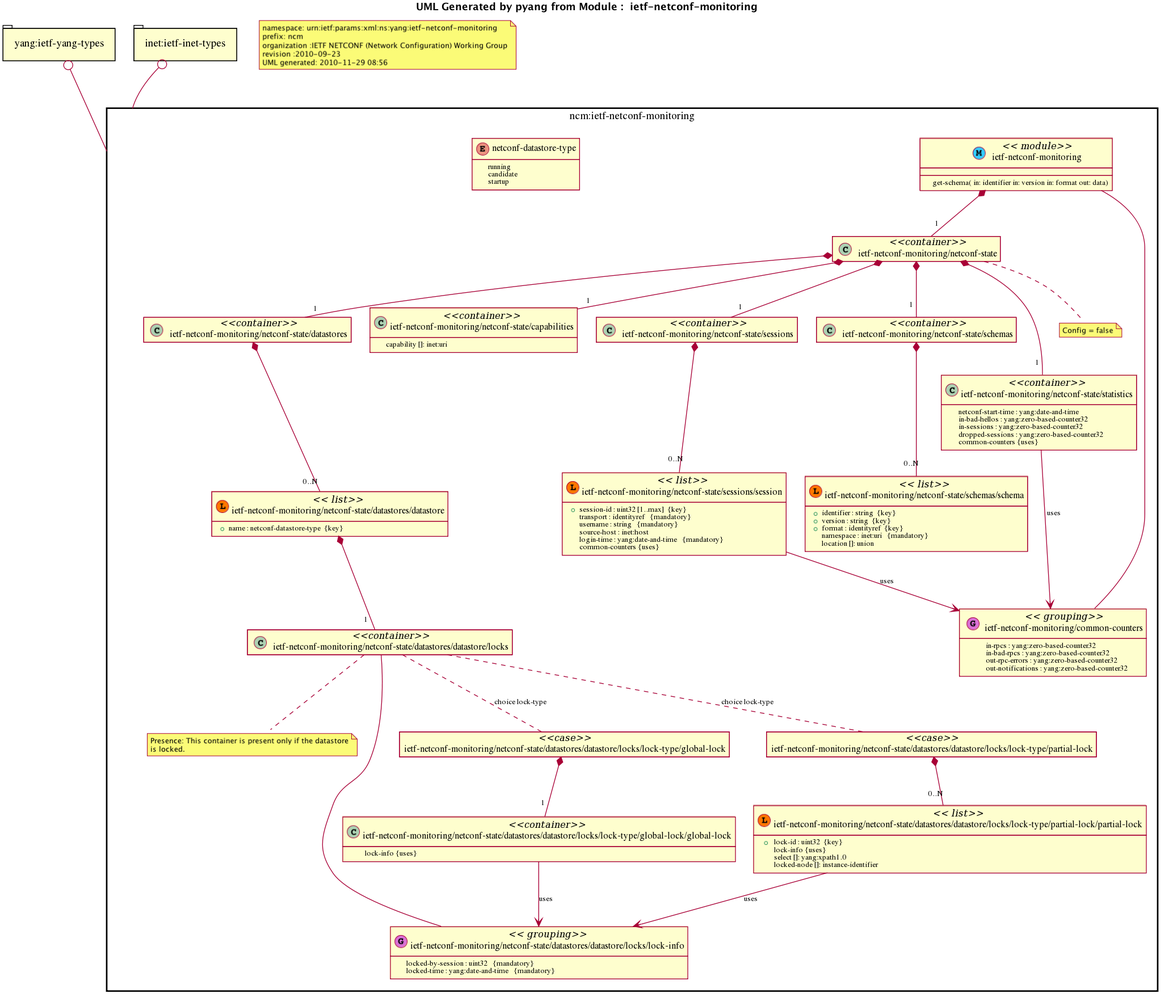
mbj4668/pyang keeps this PlantUML diagram as trunk/doc/img/ietf-netconf-monitoring.png. Above is the earlier version.
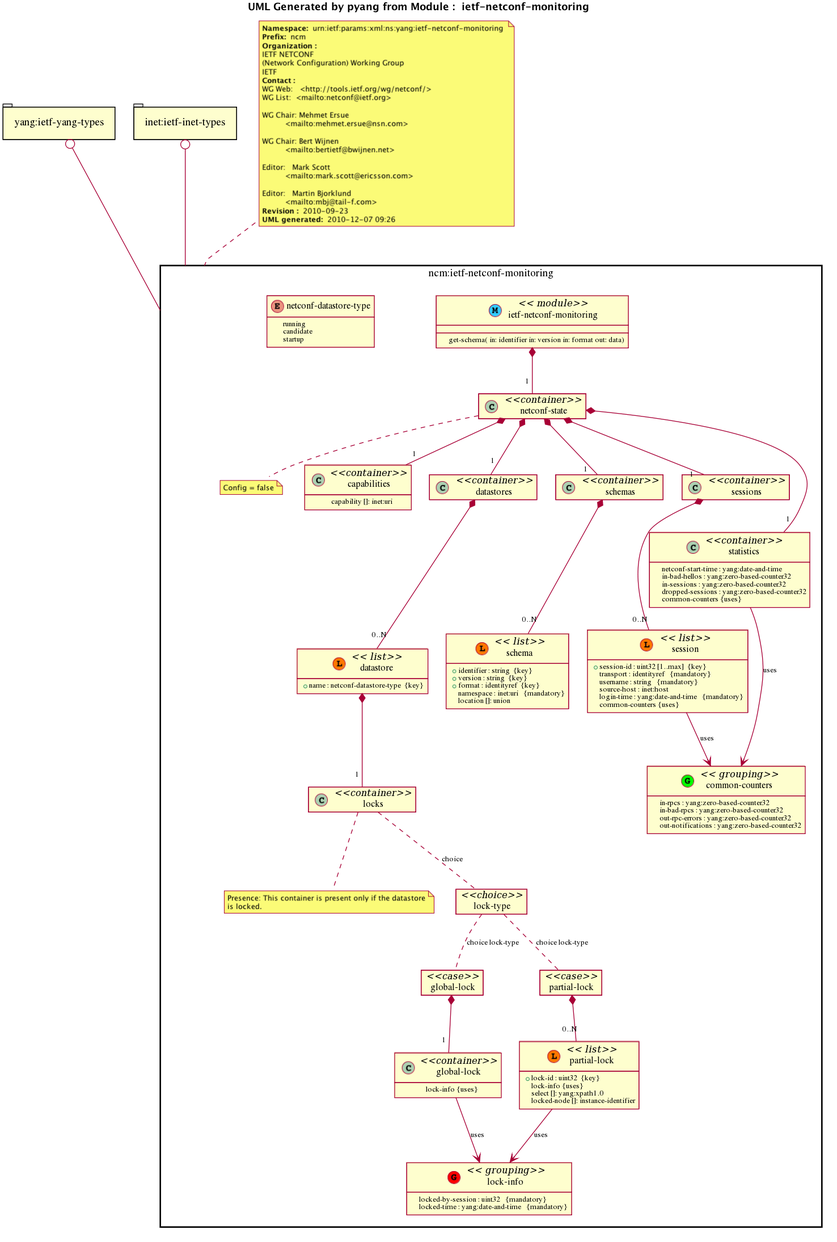
The same file after the commit.

Commit message:
updated sample diagram

What changed in the source:
```diff
@@ -3,19 +3,14 @@
 hide empty methods
 hide <<case>> circle
 hide <<augment>> circle
+hide <<choice>> circle
 page 1x1
 Title <b>UML Generated by pyang from Module :  ietf-netconf-monitoring</b>
-note as M
-namespace: urn:ietf:params:xml:ns:yang:ietf-netconf-monitoring
-prefix: ncm
-organization :IETF NETCONF (Network Configuration) Working Group
-revision :2010-09-23
-UML generated: 2010-11-29 08:56
-end note
 package "yang:ietf-yang-types" as yang_ietf_yang_types
 end package
 package "inet:ietf-inet-types" as inet_ietf_inet_types
 end package
+note top of ncm_ietf_netconf_monitoring : <b>Namespace: </b> urn:ietf:params:xml:ns:yang:ietf-netconf-monitoring \n<b>Prefix: </b> ncm \n<b>Organization : </b>\nIETF NETCONF  \n(Network Configuration) Working Group \nIETF \n<b>Contact : </b>\nWG Web:   <http://tools.ietf.org/wg/netconf/> \nWG List:  <mailto:netconf@ietf.org> \n \nWG Chair: Mehmet Ersue \n          <mailto:mehmet.ersue@nsn.com> \n \nWG Chair: Bert Wijnen \n          <mailto:bertietf@bwijnen.net> \n \nEditor:   Mark Scott \n          <mailto:mark.scott@ericsson.com> \n \nEditor:   Martin Bjorklund \n          <mailto:mbj@tail-f.com> \n<b>Revision : </b> 2010-09-23 \n<b>UML generated: </b> 2010-12-07 09:26
 package "ncm:ietf-netconf-monitoring" as ncm_ietf_netconf_monitoring
 yang_ietf_yang_types +-- ncm_ietf_netconf_monitoring
 inet_ietf_inet_types +-- ncm_ietf_netconf_monitoring
@@ -24,60 +19,60 @@
 ietf_netconf_monitoring_I_netconf_datastore_type : running
 ietf_netconf_monitoring_I_netconf_datastore_type : candidate
 ietf_netconf_monitoring_I_netconf_datastore_type : startup
-class "ietf-netconf-monitoring/common-counters" as ietf_netconf_monitoring_I_common_counters <<(G,orchid) grouping>>
-ietf_netconf_monitoring --  ietf_netconf_monitoring_I_common_counters
-ietf_netconf_monitoring_I_common_counters : in-rpcs : yang:zero-based-counter32
-ietf_netconf_monitoring_I_common_counters : in-bad-rpcs : yang:zero-based-counter32
-ietf_netconf_monitoring_I_common_counters : out-rpc-errors : yang:zero-based-counter32
-ietf_netconf_monitoring_I_common_counters : out-notifications : yang:zero-based-counter32
-class "ietf-netconf-monitoring/netconf-state" as  ietf_netconf_monitoring_I_netconf_state <<container>>
+class "common-counters" as ietf_netconf_monitoring_I_common_counters_grouping <<(G,Lime) grouping>>
+ietf_netconf_monitoring_I_common_counters_grouping : in-rpcs : yang:zero-based-counter32
+ietf_netconf_monitoring_I_common_counters_grouping : in-bad-rpcs : yang:zero-based-counter32
+ietf_netconf_monitoring_I_common_counters_grouping : out-rpc-errors : yang:zero-based-counter32
+ietf_netconf_monitoring_I_common_counters_grouping : out-notifications : yang:zero-based-counter32
+class "netconf-state" as  ietf_netconf_monitoring_I_netconf_state <<container>>
 ietf_netconf_monitoring *-- "1" ietf_netconf_monitoring_I_netconf_state
 note bottom of ietf_netconf_monitoring_I_netconf_state
 Config = false
 end note
-class "ietf-netconf-monitoring/netconf-state/capabilities" as  ietf_netconf_monitoring_I_netconf_state_I_capabilities <<container>>
+class "capabilities" as  ietf_netconf_monitoring_I_netconf_state_I_capabilities <<container>>
 ietf_netconf_monitoring_I_netconf_state *-- "1" ietf_netconf_monitoring_I_netconf_state_I_capabilities
 ietf_netconf_monitoring_I_netconf_state_I_capabilities : capability []: inet:uri
-class "ietf-netconf-monitoring/netconf-state/datastores" as  ietf_netconf_monitoring_I_netconf_state_I_datastores <<container>>
+class "datastores" as  ietf_netconf_monitoring_I_netconf_state_I_datastores <<container>>
 ietf_netconf_monitoring_I_netconf_state *-- "1" ietf_netconf_monitoring_I_netconf_state_I_datastores
-class "ietf-netconf-monitoring/netconf-state/datastores/datastore" as ietf_netconf_monitoring_I_netconf_state_I_datastores_I_datastore << (L, #FF7700) list>>
+class "datastore" as ietf_netconf_monitoring_I_netconf_state_I_datastores_I_datastore << (L, #FF7700) list>>
 ietf_netconf_monitoring_I_netconf_state_I_datastores *-- "0..N" ietf_netconf_monitoring_I_netconf_state_I_datastores_I_datastore
 ietf_netconf_monitoring_I_netconf_state_I_datastores_I_datastore : +name : netconf-datastore-type  {key}
-class "ietf-netconf-monitoring/netconf-state/datastores/datastore/locks" as  ietf_netconf_monitoring_I_netconf_state_I_datastores_I_datastore_I_locks <<container>>
+class "locks" as  ietf_netconf_monitoring_I_netconf_state_I_datastores_I_datastore_I_locks <<container>>
 ietf_netconf_monitoring_I_netconf_state_I_datastores_I_datastore *-- "1" ietf_netconf_monitoring_I_netconf_state_I_datastores_I_datastore_I_locks
 note bottom of ietf_netconf_monitoring_I_netconf_state_I_datastores_I_datastore_I_locks
 Presence: This container is present only if the datastore
 is locked.
 end note
-class "ietf-netconf-monitoring/netconf-state/datastores/datastore/locks/lock-info" as ietf_netconf_monitoring_I_netconf_state_I_datastores_I_datastore_I_locks_I_lock_info <<(G,orchid) grouping>>
-ietf_netconf_monitoring_I_netconf_state_I_datastores_I_datastore_I_locks --  ietf_netconf_monitoring_I_netconf_state_I_datastores_I_datastore_I_locks_I_lock_info
-ietf_netconf_monitoring_I_netconf_state_I_datastores_I_datastore_I_locks_I_lock_info : locked-by-session : uint32   {mandatory}
-ietf_netconf_monitoring_I_netconf_state_I_datastores_I_datastore_I_locks_I_lock_info : locked-time : yang:date-and-time   {mandatory}
-class "ietf-netconf-monitoring/netconf-state/datastores/datastore/locks/lock-type/global-lock" as ietf_netconf_monitoring_I_netconf_state_I_datastores_I_datastore_I_locks_I_lock_type_I_global_lock <<case>>
-ietf_netconf_monitoring_I_netconf_state_I_datastores_I_datastore_I_locks .. ietf_netconf_monitoring_I_netconf_state_I_datastores_I_datastore_I_locks_I_lock_type_I_global_lock  : choice lock-type
-class "ietf-netconf-monitoring/netconf-state/datastores/datastore/locks/lock-type/global-lock/global-lock" as  ietf_netconf_monitoring_I_netconf_state_I_datastores_I_datastore_I_locks_I_lock_type_I_global_lock_I_global_lock <<container>>
-ietf_netconf_monitoring_I_netconf_state_I_datastores_I_datastore_I_locks_I_lock_type_I_global_lock *-- "1" ietf_netconf_monitoring_I_netconf_state_I_datastores_I_datastore_I_locks_I_lock_type_I_global_lock_I_global_lock
+class "lock-info" as ietf_netconf_monitoring_I_netconf_state_I_datastores_I_datastore_I_locks_I_lock_info_grouping <<(G,Red) grouping>>
+ietf_netconf_monitoring_I_netconf_state_I_datastores_I_datastore_I_locks_I_lock_info_grouping : locked-by-session : uint32   {mandatory}
+ietf_netconf_monitoring_I_netconf_state_I_datastores_I_datastore_I_locks_I_lock_info_grouping : locked-time : yang:date-and-time   {mandatory}
+class "lock-type" as ietf_netconf_monitoring_I_netconf_state_I_datastores_I_datastore_I_locks_I_lock_type <<choice>>
+ietf_netconf_monitoring_I_netconf_state_I_datastores_I_datastore_I_locks .. ietf_netconf_monitoring_I_netconf_state_I_datastores_I_datastore_I_locks_I_lock_type : choice
+class "global-lock" as ietf_netconf_monitoring_I_netconf_state_I_datastores_I_datastore_I_locks_I_lock_type_I_global_lock_case <<case>>
+ietf_netconf_monitoring_I_netconf_state_I_datastores_I_datastore_I_locks_I_lock_type .. ietf_netconf_monitoring_I_netconf_state_I_datastores_I_datastore_I_locks_I_lock_type_I_global_lock_case  : choice lock-type
+class "global-lock" as  ietf_netconf_monitoring_I_netconf_state_I_datastores_I_datastore_I_locks_I_lock_type_I_global_lock_I_global_lock <<container>>
+ietf_netconf_monitoring_I_netconf_state_I_datastores_I_datastore_I_locks_I_lock_type_I_global_lock_case *-- "1" ietf_netconf_monitoring_I_netconf_state_I_datastores_I_datastore_I_locks_I_lock_type_I_global_lock_I_global_lock
 ietf_netconf_monitoring_I_netconf_state_I_datastores_I_datastore_I_locks_I_lock_type_I_global_lock_I_global_lock : lock-info {uses}
-class "ietf-netconf-monitoring/netconf-state/datastores/datastore/locks/lock-type/partial-lock" as ietf_netconf_monitoring_I_netconf_state_I_datastores_I_datastore_I_locks_I_lock_type_I_partial_lock <<case>>
-ietf_netconf_monitoring_I_netconf_state_I_datastores_I_datastore_I_locks .. ietf_netconf_monitoring_I_netconf_state_I_datastores_I_datastore_I_locks_I_lock_type_I_partial_lock  : choice lock-type
-class "ietf-netconf-monitoring/netconf-state/datastores/datastore/locks/lock-type/partial-lock/partial-lock" as ietf_netconf_monitoring_I_netconf_state_I_datastores_I_datastore_I_locks_I_lock_type_I_partial_lock_I_partial_lock << (L, #FF7700) list>>
-ietf_netconf_monitoring_I_netconf_state_I_datastores_I_datastore_I_locks_I_lock_type_I_partial_lock *-- "0..N" ietf_netconf_monitoring_I_netconf_state_I_datastores_I_datastore_I_locks_I_lock_type_I_partial_lock_I_partial_lock
+class "partial-lock" as ietf_netconf_monitoring_I_netconf_state_I_datastores_I_datastore_I_locks_I_lock_type_I_partial_lock_case <<case>>
+ietf_netconf_monitoring_I_netconf_state_I_datastores_I_datastore_I_locks_I_lock_type .. ietf_netconf_monitoring_I_netconf_state_I_datastores_I_datastore_I_locks_I_lock_type_I_partial_lock_case  : choice lock-type
+class "partial-lock" as ietf_netconf_monitoring_I_netconf_state_I_datastores_I_datastore_I_locks_I_lock_type_I_partial_lock_I_partial_lock << (L, #FF7700) list>>
+ietf_netconf_monitoring_I_netconf_state_I_datastores_I_datastore_I_locks_I_lock_type_I_partial_lock_case *-- "0..N" ietf_netconf_monitoring_I_netconf_state_I_datastores_I_datastore_I_locks_I_lock_type_I_partial_lock_I_partial_lock
 ietf_netconf_monitoring_I_netconf_state_I_datastores_I_datastore_I_locks_I_lock_type_I_partial_lock_I_partial_lock : +lock-id : uint32  {key}
 ietf_netconf_monitoring_I_netconf_state_I_datastores_I_datastore_I_locks_I_lock_type_I_partial_lock_I_partial_lock : lock-info {uses}
 ietf_netconf_monitoring_I_netconf_state_I_datastores_I_datastore_I_locks_I_lock_type_I_partial_lock_I_partial_lock : select []: yang:xpath1.0
 ietf_netconf_monitoring_I_netconf_state_I_datastores_I_datastore_I_locks_I_lock_type_I_partial_lock_I_partial_lock : locked-node []: instance-identifier
-class "ietf-netconf-monitoring/netconf-state/schemas" as  ietf_netconf_monitoring_I_netconf_state_I_schemas <<container>>
+class "schemas" as  ietf_netconf_monitoring_I_netconf_state_I_schemas <<container>>
 ietf_netconf_monitoring_I_netconf_state *-- "1" ietf_netconf_monitoring_I_netconf_state_I_schemas
-class "ietf-netconf-monitoring/netconf-state/schemas/schema" as ietf_netconf_monitoring_I_netconf_state_I_schemas_I_schema << (L, #FF7700) list>>
+class "schema" as ietf_netconf_monitoring_I_netconf_state_I_schemas_I_schema << (L, #FF7700) list>>
 ietf_netconf_monitoring_I_netconf_state_I_schemas *-- "0..N" ietf_netconf_monitoring_I_netconf_state_I_schemas_I_schema
 ietf_netconf_monitoring_I_netconf_state_I_schemas_I_schema : +identifier : string  {key}
 ietf_netconf_monitoring_I_netconf_state_I_schemas_I_schema : +version : string  {key}
 ietf_netconf_monitoring_I_netconf_state_I_schemas_I_schema : +format : identityref  {key}
 ietf_netconf_monitoring_I_netconf_state_I_schemas_I_schema : namespace : inet:uri   {mandatory}
 ietf_netconf_monitoring_I_netconf_state_I_schemas_I_schema : location []: union
-class "ietf-netconf-monitoring/netconf-state/sessions" as  ietf_netconf_monitoring_I_netconf_state_I_sessions <<container>>
+class "sessions" as  ietf_netconf_monitoring_I_netconf_state_I_sessions <<container>>
 ietf_netconf_monitoring_I_netconf_state *-- "1" ietf_netconf_monitoring_I_netconf_state_I_sessions
-class "ietf-netconf-monitoring/netconf-state/sessions/session" as ietf_netconf_monitoring_I_netconf_state_I_sessions_I_session << (L, #FF7700) list>>
+class "session" as ietf_netconf_monitoring_I_netconf_state_I_sessions_I_session << (L, #FF7700) list>>
 ietf_netconf_monitoring_I_netconf_state_I_sessions *-- "0..N" ietf_netconf_monitoring_I_netconf_state_I_sessions_I_session
 ietf_netconf_monitoring_I_netconf_state_I_sessions_I_session : +session-id : uint32 [1..max]  {key}
 ietf_netconf_monitoring_I_netconf_state_I_sessions_I_session : transport : identityref   {mandatory}
@@ -85,7 +80,7 @@
 ietf_netconf_monitoring_I_netconf_state_I_sessions_I_session : source-host : inet:host
 ietf_netconf_monitoring_I_netconf_state_I_sessions_I_session : login-time : yang:date-and-time   {mandatory}
 ietf_netconf_monitoring_I_netconf_state_I_sessions_I_session : common-counters {uses}
-class "ietf-netconf-monitoring/netconf-state/statistics" as  ietf_netconf_monitoring_I_netconf_state_I_statistics <<container>>
+class "statistics" as  ietf_netconf_monitoring_I_netconf_state_I_statistics <<container>>
 ietf_netconf_monitoring_I_netconf_state *-- "1" ietf_netconf_monitoring_I_netconf_state_I_statistics
 ietf_netconf_monitoring_I_netconf_state_I_statistics : netconf-start-time : yang:date-and-time
 ietf_netconf_monitoring_I_netconf_state_I_statistics : in-bad-hellos : yang:zero-based-counter32
@@ -93,9 +88,9 @@
 ietf_netconf_monitoring_I_netconf_state_I_statistics : dropped-sessions : yang:zero-based-counter32
 ietf_netconf_monitoring_I_netconf_state_I_statistics : common-counters {uses}
 ietf_netconf_monitoring : get-schema( in: identifier in: version in: format out: data)
-ietf_netconf_monitoring_I_netconf_state_I_datastores_I_datastore_I_locks_I_lock_type_I_global_lock_I_global_lock --> ietf_netconf_monitoring_I_netconf_state_I_datastores_I_datastore_I_locks_I_lock_info : uses
-ietf_netconf_monitoring_I_netconf_state_I_datastores_I_datastore_I_locks_I_lock_type_I_partial_lock_I_partial_lock --> ietf_netconf_monitoring_I_netconf_state_I_datastores_I_datastore_I_locks_I_lock_info : uses
-ietf_netconf_monitoring_I_netconf_state_I_sessions_I_session --> ietf_netconf_monitoring_I_common_counters : uses
-ietf_netconf_monitoring_I_netconf_state_I_statistics --> ietf_netconf_monitoring_I_common_counters : uses
+ietf_netconf_monitoring_I_netconf_state_I_datastores_I_datastore_I_locks_I_lock_type_I_global_lock_I_global_lock --> ietf_netconf_monitoring_I_netconf_state_I_datastores_I_datastore_I_locks_I_lock_info_grouping : uses
+ietf_netconf_monitoring_I_netconf_state_I_datastores_I_datastore_I_locks_I_lock_type_I_partial_lock_I_partial_lock --> ietf_netconf_monitoring_I_netconf_state_I_datastores_I_datastore_I_locks_I_lock_info_grouping : uses
+ietf_netconf_monitoring_I_netconf_state_I_sessions_I_session --> ietf_netconf_monitoring_I_common_counters_grouping : uses
+ietf_netconf_monitoring_I_netconf_state_I_statistics --> ietf_netconf_monitoring_I_common_counters_grouping : uses
 end package
 @enduml
```
